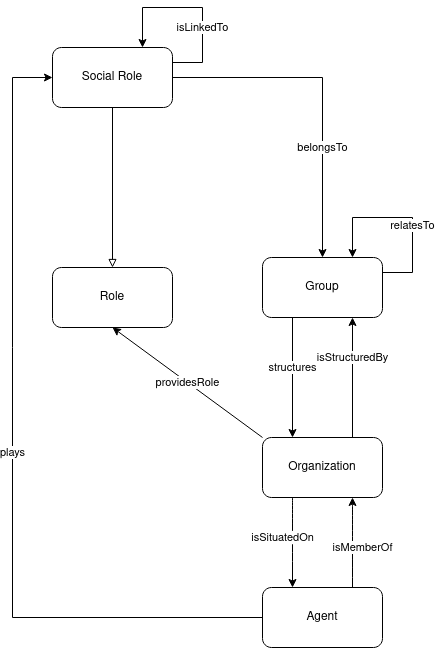
HyperAgents/hmas keeps this draw.io diagram as domains/logistics/structure-organization/structure-organization.png. Above is the earlier version. Source tidied: cells renumbered, new cells last; positions are measured from the earlier drawing's top-left corner, leaving out a move shared by most shapes. Its diagram source:
```xml
<mxGraphModel>
  <root>
    <mxCell id="0" />
    <mxCell id="1" parent="0" />
    <mxCell id="2" value="providesRole" style="rounded=0;jettySize=auto;html=1;exitX=0;exitY=0;exitDx=0;exitDy=0;entryX=0.5;entryY=1;entryDx=0;entryDy=0;" parent="1" edge="1" source="6" target="7">
      <mxGeometry relative="1" as="geometry" />
    </mxCell>
    <mxCell id="3" value="isSituatedOn" style="edgeStyle=orthogonalEdgeStyle;rounded=0;jettySize=auto;html=1;exitX=0.25;exitY=1;exitDx=0;exitDy=0;entryX=0.25;entryY=0;entryDx=0;entryDy=0;curved=1;" parent="1" edge="1" source="6" target="9">
      <mxGeometry x="-0.11" y="-10" relative="1" as="geometry" />
    </mxCell>
    <mxCell id="4" value="isMemberOf" style="edgeStyle=orthogonalEdgeStyle;rounded=0;jettySize=auto;html=1;exitX=0.75;exitY=1;exitDx=0;exitDy=0;entryX=0.75;entryY=0;entryDx=0;entryDy=0;curved=1;startArrow=classic;startFill=1;endArrow=none;endFill=0;" parent="1" edge="1" source="6" target="9">
      <mxGeometry x="0.11" y="10" relative="1" as="geometry" />
    </mxCell>
    <mxCell id="5" value="isStructuredBy" style="edgeStyle=orthogonalEdgeStyle;rounded=0;jettySize=auto;html=1;exitX=0.75;exitY=0;exitDx=0;exitDy=0;entryX=0.75;entryY=1;entryDx=0;entryDy=0;" parent="1" edge="1" source="6" target="14">
      <mxGeometry x="0.33" relative="1" as="geometry" />
    </mxCell>
    <mxCell id="6" value="Organization" style="rounded=1;whiteSpace=wrap;html=1;" parent="1" vertex="1">
      <mxGeometry x="250" y="430" width="120" height="60" as="geometry" />
    </mxCell>
    <mxCell id="7" value="Role" style="rounded=1;whiteSpace=wrap;html=1;" parent="1" vertex="1">
      <mxGeometry x="40" y="260" width="120" height="60" as="geometry" />
    </mxCell>
    <mxCell id="8" value="plays" style="edgeStyle=orthogonalEdgeStyle;rounded=0;jettySize=auto;html=1;exitX=0;exitY=0.5;exitDx=0;exitDy=0;entryX=0;entryY=0.5;entryDx=0;entryDy=0;" parent="1" edge="1" source="9" target="12">
      <mxGeometry relative="1" as="geometry">
        <Array as="points">
          <mxPoint y="610" />
          <mxPoint y="70" />
        </Array>
      </mxGeometry>
    </mxCell>
    <mxCell id="9" value="Agent" style="rounded=1;whiteSpace=wrap;html=1;" parent="1" vertex="1">
      <mxGeometry x="250" y="580" width="120" height="60" as="geometry" />
    </mxCell>
    <mxCell id="10" style="edgeStyle=none;rounded=0;jettySize=auto;html=1;exitX=0.5;exitY=1;exitDx=0;exitDy=0;entryX=0.5;entryY=0;entryDx=0;entryDy=0;endArrow=block;endFill=0;" parent="1" edge="1" source="12" target="7">
      <mxGeometry relative="1" as="geometry" />
    </mxCell>
    <mxCell id="11" value="&lt;div&gt;belongsTo&lt;/div&gt;" style="edgeStyle=orthogonalEdgeStyle;rounded=0;jettySize=auto;html=1;exitX=1;exitY=0.5;exitDx=0;exitDy=0;" parent="1" edge="1" source="12" target="14">
      <mxGeometry x="0.33" relative="1" as="geometry" />
    </mxCell>
    <mxCell id="12" value="Social Role" style="rounded=1;whiteSpace=wrap;html=1;" parent="1" vertex="1">
      <mxGeometry x="40" y="40" width="120" height="60" as="geometry" />
    </mxCell>
    <mxCell id="13" value="structures" style="rounded=0;jettySize=auto;html=1;exitX=0.25;exitY=1;exitDx=0;exitDy=0;entryX=0.25;entryY=0;entryDx=0;entryDy=0;" parent="1" edge="1" source="14" target="6">
      <mxGeometry x="-0.17" relative="1" as="geometry" />
    </mxCell>
    <mxCell id="14" value="Group" style="rounded=1;whiteSpace=wrap;html=1;" parent="1" vertex="1">
      <mxGeometry x="250" y="250" width="120" height="60" as="geometry" />
    </mxCell>
    <mxCell id="15" value="relatesTo" style="edgeStyle=orthogonalEdgeStyle;rounded=0;orthogonalLoop=1;jettySize=auto;html=1;exitX=1;exitY=0.25;exitDx=0;exitDy=0;entryX=0.75;entryY=0;entryDx=0;entryDy=0;startArrow=none;startFill=0;" parent="1" edge="1" source="14" target="14">
      <mxGeometry x="-0.17" relative="1" as="geometry">
        <Array as="points">
          <mxPoint x="400" y="265" />
          <mxPoint x="400" y="210" />
          <mxPoint x="340" y="210" />
        </Array>
      </mxGeometry>
    </mxCell>
    <mxCell id="16" value="isLinkedTo" style="edgeStyle=orthogonalEdgeStyle;rounded=0;orthogonalLoop=1;jettySize=auto;html=1;exitX=1;exitY=0.25;exitDx=0;exitDy=0;entryX=0.75;entryY=0;entryDx=0;entryDy=0;elbow=vertical;startArrow=none;startFill=0;" parent="1" edge="1" source="12" target="12">
      <mxGeometry x="-0.3" relative="1" as="geometry">
        <Array as="points">
          <mxPoint x="190" y="55" />
          <mxPoint x="190" />
          <mxPoint x="130" />
        </Array>
      </mxGeometry>
    </mxCell>
  </root>
</mxGraphModel>
```
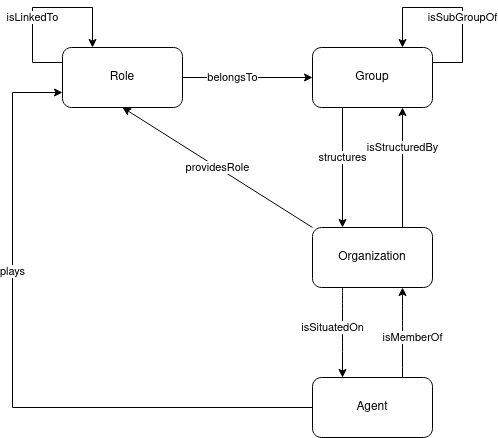
The same file after the commit.

Commit message:
Rephrased the Competency Questions; Eliminated Social Role; Rename relatedTo to isSubGroupOf relation

The edit, as a diff of the source:
```diff
@@ -18,36 +18,30 @@
       <mxGeometry x="250" y="430" width="120" height="60" as="geometry" />
     </mxCell>
     <mxCell id="7" value="Role" style="rounded=1;whiteSpace=wrap;html=1;" parent="1" vertex="1">
-      <mxGeometry x="40" y="260" width="120" height="60" as="geometry" />
+      <mxGeometry y="250" width="120" height="60" as="geometry" />
     </mxCell>
-    <mxCell id="8" value="plays" style="edgeStyle=orthogonalEdgeStyle;rounded=0;jettySize=auto;html=1;exitX=0;exitY=0.5;exitDx=0;exitDy=0;entryX=0;entryY=0.5;entryDx=0;entryDy=0;" parent="1" edge="1" source="9" target="12">
-      <mxGeometry relative="1" as="geometry">
+    <mxCell id="8" value="plays" style="edgeStyle=orthogonalEdgeStyle;rounded=0;jettySize=auto;html=1;exitX=0;exitY=0.5;exitDx=0;exitDy=0;entryX=0;entryY=0.75;entryDx=0;entryDy=0;" parent="1" edge="1" source="9" target="7">
+      <mxGeometry x="0.31" relative="1" as="geometry">
         <Array as="points">
-          <mxPoint y="610" />
-          <mxPoint y="70" />
+          <mxPoint x="-50" y="610" />
+          <mxPoint x="-50" y="295" />
         </Array>
       </mxGeometry>
     </mxCell>
     <mxCell id="9" value="Agent" style="rounded=1;whiteSpace=wrap;html=1;" parent="1" vertex="1">
       <mxGeometry x="250" y="580" width="120" height="60" as="geometry" />
     </mxCell>
-    <mxCell id="10" style="edgeStyle=none;rounded=0;jettySize=auto;html=1;exitX=0.5;exitY=1;exitDx=0;exitDy=0;entryX=0.5;entryY=0;entryDx=0;entryDy=0;endArrow=block;endFill=0;" parent="1" edge="1" source="12" target="7">
-      <mxGeometry relative="1" as="geometry" />
-    </mxCell>
-    <mxCell id="11" value="&lt;div&gt;belongsTo&lt;/div&gt;" style="edgeStyle=orthogonalEdgeStyle;rounded=0;jettySize=auto;html=1;exitX=1;exitY=0.5;exitDx=0;exitDy=0;" parent="1" edge="1" source="12" target="14">
-      <mxGeometry x="0.33" relative="1" as="geometry" />
+    <mxCell id="11" value="&lt;div&gt;belongsTo&lt;/div&gt;" style="edgeStyle=orthogonalEdgeStyle;rounded=0;jettySize=auto;html=1;exitX=1;exitY=0.5;exitDx=0;exitDy=0;entryX=0;entryY=0.5;entryDx=0;entryDy=0;" parent="1" edge="1" source="7" target="14">
+      <mxGeometry x="-0.23" relative="1" as="geometry" />
     </mxCell>
-    <mxCell id="12" value="Social Role" style="rounded=1;whiteSpace=wrap;html=1;" parent="1" vertex="1">
-      <mxGeometry x="40" y="40" width="120" height="60" as="geometry" />
-    </mxCell>
     <mxCell id="13" value="structures" style="rounded=0;jettySize=auto;html=1;exitX=0.25;exitY=1;exitDx=0;exitDy=0;entryX=0.25;entryY=0;entryDx=0;entryDy=0;" parent="1" edge="1" source="14" target="6">
       <mxGeometry x="-0.17" relative="1" as="geometry" />
     </mxCell>
     <mxCell id="14" value="Group" style="rounded=1;whiteSpace=wrap;html=1;" parent="1" vertex="1">
       <mxGeometry x="250" y="250" width="120" height="60" as="geometry" />
     </mxCell>
-    <mxCell id="15" value="relatesTo" style="edgeStyle=orthogonalEdgeStyle;rounded=0;orthogonalLoop=1;jettySize=auto;html=1;exitX=1;exitY=0.25;exitDx=0;exitDy=0;entryX=0.75;entryY=0;entryDx=0;entryDy=0;startArrow=none;startFill=0;" parent="1" edge="1" source="14" target="14">
-      <mxGeometry x="-0.17" relative="1" as="geometry">
+    <mxCell id="15" value="isSubGroupOf" style="edgeStyle=orthogonalEdgeStyle;rounded=0;orthogonalLoop=1;jettySize=auto;html=1;exitX=1;exitY=0.25;exitDx=0;exitDy=0;entryX=0.75;entryY=0;entryDx=0;entryDy=0;startArrow=none;startFill=0;" parent="1" edge="1" source="14" target="14">
+      <mxGeometry x="-0.19" relative="1" as="geometry">
         <Array as="points">
           <mxPoint x="400" y="265" />
           <mxPoint x="400" y="210" />
@@ -55,12 +49,12 @@
         </Array>
       </mxGeometry>
     </mxCell>
-    <mxCell id="16" value="isLinkedTo" style="edgeStyle=orthogonalEdgeStyle;rounded=0;orthogonalLoop=1;jettySize=auto;html=1;exitX=1;exitY=0.25;exitDx=0;exitDy=0;entryX=0.75;entryY=0;entryDx=0;entryDy=0;elbow=vertical;startArrow=none;startFill=0;" parent="1" edge="1" source="12" target="12">
-      <mxGeometry x="-0.3" relative="1" as="geometry">
+    <mxCell id="16" value="isLinkedTo" style="edgeStyle=orthogonalEdgeStyle;rounded=0;orthogonalLoop=1;jettySize=auto;html=1;exitX=0;exitY=0.25;exitDx=0;exitDy=0;entryX=0.25;entryY=0;entryDx=0;entryDy=0;elbow=vertical;startArrow=none;startFill=0;" parent="1" edge="1" source="7" target="7">
+      <mxGeometry x="-0.19" relative="1" as="geometry">
         <Array as="points">
-          <mxPoint x="190" y="55" />
-          <mxPoint x="190" />
-          <mxPoint x="130" />
+          <mxPoint x="-30" y="265" />
+          <mxPoint x="-30" y="210" />
+          <mxPoint x="30" y="210" />
         </Array>
       </mxGeometry>
     </mxCell>
```
